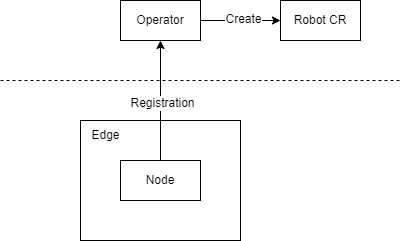
Before: sig-robotics/proposal/Definition of cloud robot CRD and Operator/images/registration.png, a diagram exported from draw.io (kubeedge/community). Source tidied: cells renumbered, new cells last; positions are measured from the earlier drawing's top-left corner, leaving out a move shared by most shapes.
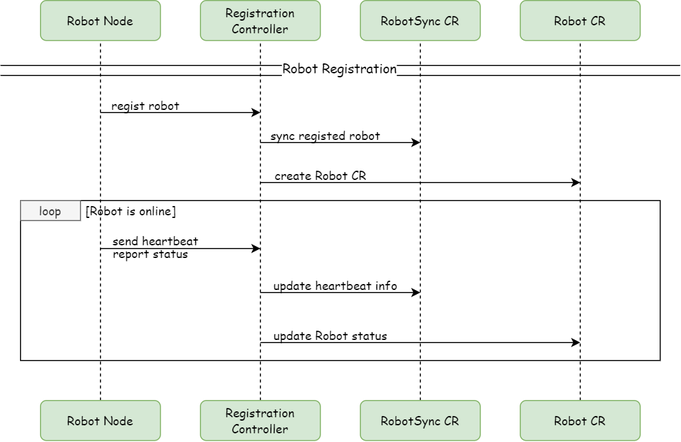
After the commit.

Commit message:
update proposal for Definition of Cloud Robot CRD and Operator

The edit, as a diff of the source:
```diff
@@ -2,38 +2,116 @@
   <root>
     <mxCell id="0" />
     <mxCell id="1" parent="0" />
-    <mxCell id="2" style="rounded=0;whiteSpace=wrap;html=1;" parent="1" vertex="1">
-      <mxGeometry x="80" y="120" width="160" height="120" as="geometry" />
-    </mxCell>
-    <mxCell id="3" style="edgeStyle=orthogonalEdgeStyle;rounded=0;jettySize=auto;html=1;exitX=0.5;exitY=0;exitDx=0;exitDy=0;entryX=0.5;entryY=1;entryDx=0;entryDy=0;" parent="1" edge="1" source="5" target="8">
-      <mxGeometry relative="1" as="geometry" />
-    </mxCell>
-    <mxCell id="4" value="Registration" style="edgeLabel;html=1;align=center;verticalAlign=middle;" parent="3" vertex="1">
-      <mxGeometry x="-0.04" y="-1" relative="1" as="geometry" />
-    </mxCell>
-    <mxCell id="5" value="Node" style="rounded=0;whiteSpace=wrap;html=1;" parent="1" vertex="1">
-      <mxGeometry x="120" y="160" width="80" height="40" as="geometry" />
-    </mxCell>
-    <mxCell id="6" style="edgeStyle=orthogonalEdgeStyle;rounded=0;jettySize=auto;html=1;exitX=1;exitY=0.5;exitDx=0;exitDy=0;entryX=0;entryY=0.5;entryDx=0;entryDy=0;" parent="1" edge="1" source="8" target="10">
-      <mxGeometry relative="1" as="geometry" />
-    </mxCell>
-    <mxCell id="7" value="Create" style="edgeLabel;html=1;align=center;verticalAlign=middle;" parent="6" vertex="1">
-      <mxGeometry x="0.04" y="2" relative="1" as="geometry" />
-    </mxCell>
-    <mxCell id="8" value="Operator" style="rounded=0;whiteSpace=wrap;html=1;" parent="1" vertex="1">
-      <mxGeometry x="120" width="80" height="40" as="geometry" />
-    </mxCell>
-    <mxCell id="9" style="endArrow=none;dashed=1;html=1;rounded=0;" parent="1" edge="1">
-      <mxGeometry relative="1" as="geometry">
-        <mxPoint y="80" as="sourcePoint" />
-        <mxPoint x="400" y="80" as="targetPoint" />
-      </mxGeometry>
-    </mxCell>
-    <mxCell id="10" value="Robot CR" style="rounded=0;whiteSpace=wrap;html=1;" parent="1" vertex="1">
-      <mxGeometry x="280" width="80" height="40" as="geometry" />
-    </mxCell>
-    <mxCell id="11" value="Edge" style="text;html=1;align=center;verticalAlign=middle;strokeColor=none;fillColor=none;" parent="1" vertex="1">
-      <mxGeometry x="80" y="120" width="50" height="30" as="geometry" />
-    </mxCell>
+    <mxCell id="12" style="rounded=0;whiteSpace=wrap;html=1;" parent="1" vertex="1">
+      <mxGeometry x="-44" y="240" width="640" height="160" as="geometry" />
+    </mxCell>
+    <mxCell id="13" value="&lt;font face=&quot;Comic Sans MS&quot;&gt;Robot Node&lt;/font&gt;" style="rounded=1;whiteSpace=wrap;html=1;fillColor=#d5e8d4;strokeColor=#82b366;" parent="1" vertex="1">
+      <mxGeometry x="-24" y="40" width="120" height="40" as="geometry" />
+    </mxCell>
+    <mxCell id="14" value="&lt;font face=&quot;Comic Sans MS&quot;&gt;Registration Controller&lt;/font&gt;" style="rounded=1;whiteSpace=wrap;html=1;fillColor=#d5e8d4;strokeColor=#82b366;" parent="1" vertex="1">
+      <mxGeometry x="136" y="40" width="120" height="40" as="geometry" />
+    </mxCell>
+    <mxCell id="15" value="&lt;font face=&quot;Comic Sans MS&quot;&gt;RobotSync CR&lt;/font&gt;" style="rounded=1;whiteSpace=wrap;html=1;fillColor=#d5e8d4;strokeColor=#82b366;" parent="1" vertex="1">
+      <mxGeometry x="296" y="40" width="120" height="40" as="geometry" />
+    </mxCell>
+    <mxCell id="16" style="endArrow=none;html=1;rounded=0;shape=link;width=10;" parent="1" edge="1">
+      <mxGeometry relative="1" as="geometry">
+        <mxPoint x="-64" y="110" as="sourcePoint" />
+        <mxPoint x="616" y="110" as="targetPoint" />
+      </mxGeometry>
+    </mxCell>
+    <mxCell id="17" value="&lt;font style=&quot;font-size: 13px;&quot; face=&quot;Comic Sans MS&quot;&gt;Robot Registration&lt;/font&gt;" style="edgeLabel;html=1;align=center;verticalAlign=middle;" parent="16" vertex="1">
+      <mxGeometry y="2" relative="1" as="geometry" />
+    </mxCell>
+    <mxCell id="18" style="endArrow=classic;html=1;rounded=0;" parent="1" edge="1">
+      <mxGeometry relative="1" as="geometry">
+        <mxPoint x="36" y="152" as="sourcePoint" />
+        <mxPoint x="196" y="152" as="targetPoint" />
+      </mxGeometry>
+    </mxCell>
+    <mxCell id="19" value="&lt;font face=&quot;Comic Sans MS&quot;&gt;regist robot&lt;/font&gt;" style="text;html=1;align=center;verticalAlign=middle;strokeColor=none;fillColor=none;" parent="1" vertex="1">
+      <mxGeometry x="36" y="130" width="90" height="30" as="geometry" />
+    </mxCell>
+    <mxCell id="20" style="endArrow=classic;html=1;rounded=0;" parent="1" edge="1">
+      <mxGeometry relative="1" as="geometry">
+        <mxPoint x="196" y="182" as="sourcePoint" />
+        <mxPoint x="356" y="182" as="targetPoint" />
+      </mxGeometry>
+    </mxCell>
+    <mxCell id="21" value="&lt;font face=&quot;Comic Sans MS&quot;&gt;sync registed robot&lt;/font&gt;" style="text;html=1;align=center;verticalAlign=middle;strokeColor=none;fillColor=none;" parent="1" vertex="1">
+      <mxGeometry x="196" y="160" width="130" height="30" as="geometry" />
+    </mxCell>
+    <mxCell id="22" value="&lt;font face=&quot;Comic Sans MS&quot;&gt;Robot CR&lt;/font&gt;" style="rounded=1;whiteSpace=wrap;html=1;fillColor=#d5e8d4;strokeColor=#82b366;" parent="1" vertex="1">
+      <mxGeometry x="456" y="40" width="120" height="40" as="geometry" />
+    </mxCell>
+    <mxCell id="23" style="endArrow=classic;html=1;rounded=0;" parent="1" edge="1">
+      <mxGeometry relative="1" as="geometry">
+        <mxPoint x="196" y="222" as="sourcePoint" />
+        <mxPoint x="516" y="222" as="targetPoint" />
+      </mxGeometry>
+    </mxCell>
+    <mxCell id="24" value="&lt;font face=&quot;Comic Sans MS&quot;&gt;create Robot CR&lt;/font&gt;" style="text;html=1;align=center;verticalAlign=middle;strokeColor=none;fillColor=none;" parent="1" vertex="1">
+      <mxGeometry x="196" y="200" width="120" height="30" as="geometry" />
+    </mxCell>
+    <mxCell id="25" value="&lt;font face=&quot;Comic Sans MS&quot;&gt;loop&lt;/font&gt;" style="rounded=0;whiteSpace=wrap;html=1;fillColor=#f5f5f5;fontColor=#333333;strokeColor=#666666;" parent="1" vertex="1">
+      <mxGeometry x="-44" y="240" width="60" height="20" as="geometry" />
+    </mxCell>
+    <mxCell id="26" value="&lt;font face=&quot;Comic Sans MS&quot;&gt;[Robot is online]&lt;/font&gt;" style="text;html=1;align=center;verticalAlign=middle;strokeColor=none;fillColor=none;" parent="1" vertex="1">
+      <mxGeometry x="11" y="235" width="110" height="30" as="geometry" />
+    </mxCell>
+    <mxCell id="27" style="endArrow=none;dashed=1;html=1;rounded=0;entryX=0.5;entryY=1;entryDx=0;entryDy=0;exitX=0.5;exitY=0;exitDx=0;exitDy=0;" parent="1" edge="1" source="35" target="13">
+      <mxGeometry relative="1" as="geometry" />
+    </mxCell>
+    <mxCell id="28" style="endArrow=none;dashed=1;html=1;rounded=0;entryX=0.5;entryY=1;entryDx=0;entryDy=0;exitX=0.5;exitY=0;exitDx=0;exitDy=0;" parent="1" edge="1" source="36" target="14">
+      <mxGeometry relative="1" as="geometry" />
+    </mxCell>
+    <mxCell id="29" style="endArrow=none;dashed=1;html=1;rounded=0;entryX=0.5;entryY=1;entryDx=0;entryDy=0;exitX=0.5;exitY=0;exitDx=0;exitDy=0;" parent="1" edge="1" source="37" target="15">
+      <mxGeometry relative="1" as="geometry" />
+    </mxCell>
+    <mxCell id="30" style="endArrow=none;dashed=1;html=1;rounded=0;entryX=0.5;entryY=1;entryDx=0;entryDy=0;exitX=0.5;exitY=0;exitDx=0;exitDy=0;" parent="1" edge="1" source="38" target="22">
+      <mxGeometry relative="1" as="geometry" />
+    </mxCell>
+    <mxCell id="31" style="endArrow=classic;html=1;rounded=0;" parent="1" edge="1">
+      <mxGeometry relative="1" as="geometry">
+        <mxPoint x="36" y="288" as="sourcePoint" />
+        <mxPoint x="196" y="288" as="targetPoint" />
+      </mxGeometry>
+    </mxCell>
+    <mxCell id="32" value="&lt;font face=&quot;Comic Sans MS&quot;&gt;send heartbeat&lt;br&gt;&lt;/font&gt;" style="text;html=1;align=center;verticalAlign=middle;strokeColor=none;fillColor=none;" parent="1" vertex="1">
+      <mxGeometry x="36" y="265" width="110" height="30" as="geometry" />
+    </mxCell>
+    <mxCell id="33" style="endArrow=classic;html=1;rounded=0;" parent="1" edge="1">
+      <mxGeometry relative="1" as="geometry">
+        <mxPoint x="196" y="332" as="sourcePoint" />
+        <mxPoint x="356" y="332" as="targetPoint" />
+      </mxGeometry>
+    </mxCell>
+    <mxCell id="34" value="&lt;font face=&quot;Comic Sans MS&quot;&gt;update heartbeat info&lt;/font&gt;" style="text;html=1;align=center;verticalAlign=middle;strokeColor=none;fillColor=none;" parent="1" vertex="1">
+      <mxGeometry x="196" y="310" width="150" height="30" as="geometry" />
+    </mxCell>
+    <mxCell id="35" value="&lt;font face=&quot;Comic Sans MS&quot;&gt;Robot Node&lt;/font&gt;" style="rounded=1;whiteSpace=wrap;html=1;fillColor=#d5e8d4;strokeColor=#82b366;" parent="1" vertex="1">
+      <mxGeometry x="-24" y="440" width="120" height="40" as="geometry" />
+    </mxCell>
+    <mxCell id="36" value="&lt;font face=&quot;Comic Sans MS&quot;&gt;Registration Controller&lt;/font&gt;" style="rounded=1;whiteSpace=wrap;html=1;fillColor=#d5e8d4;strokeColor=#82b366;" parent="1" vertex="1">
+      <mxGeometry x="136" y="440" width="120" height="40" as="geometry" />
+    </mxCell>
+    <mxCell id="37" value="&lt;font face=&quot;Comic Sans MS&quot;&gt;RobotSync CR&lt;/font&gt;" style="rounded=1;whiteSpace=wrap;html=1;fillColor=#d5e8d4;strokeColor=#82b366;" parent="1" vertex="1">
+      <mxGeometry x="296" y="440" width="120" height="40" as="geometry" />
+    </mxCell>
+    <mxCell id="38" value="&lt;font face=&quot;Comic Sans MS&quot;&gt;Robot CR&lt;/font&gt;" style="rounded=1;whiteSpace=wrap;html=1;fillColor=#d5e8d4;strokeColor=#82b366;" parent="1" vertex="1">
+      <mxGeometry x="456" y="440" width="120" height="40" as="geometry" />
+    </mxCell>
+    <mxCell id="39" value="&lt;font face=&quot;Comic Sans MS&quot;&gt;report status&lt;br&gt;&lt;/font&gt;" style="text;html=1;align=center;verticalAlign=middle;strokeColor=none;fillColor=none;" parent="1" vertex="1">
+      <mxGeometry x="36" y="278" width="100" height="30" as="geometry" />
+    </mxCell>
+    <mxCell id="40" style="endArrow=classic;html=1;rounded=0;" parent="1" edge="1">
+      <mxGeometry relative="1" as="geometry">
+        <mxPoint x="196" y="382" as="sourcePoint" />
+        <mxPoint x="516" y="382" as="targetPoint" />
+      </mxGeometry>
+    </mxCell>
+    <mxCell id="41" value="&lt;font face=&quot;Comic Sans MS&quot;&gt;update Robot status&lt;/font&gt;" style="text;html=1;align=center;verticalAlign=middle;strokeColor=none;fillColor=none;" parent="1" vertex="1">
+      <mxGeometry x="196" y="360" width="140" height="30" as="geometry" />
+    </mxCell>
   </root>
 </mxGraphModel>
```
